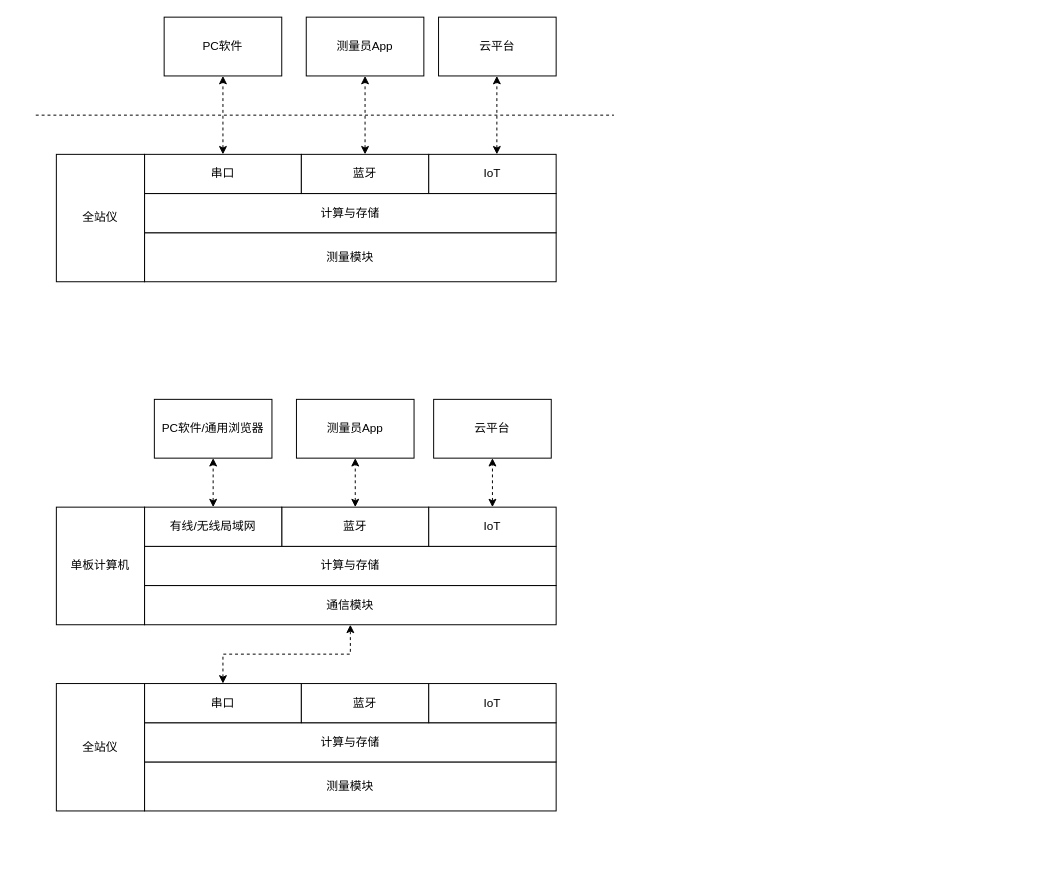
Earlier version of the draw.io diagram graphs/distance_measure.drawio (zhugy08/drawio). Source tidied: cells renumbered, new cells numbered last; positions are measured from the earlier drawing's top-left corner, leaving out a move shared by most shapes. Both pictures are drawn from the tidied source at 98%, with x=0, y=0 at pixel (35, 17).
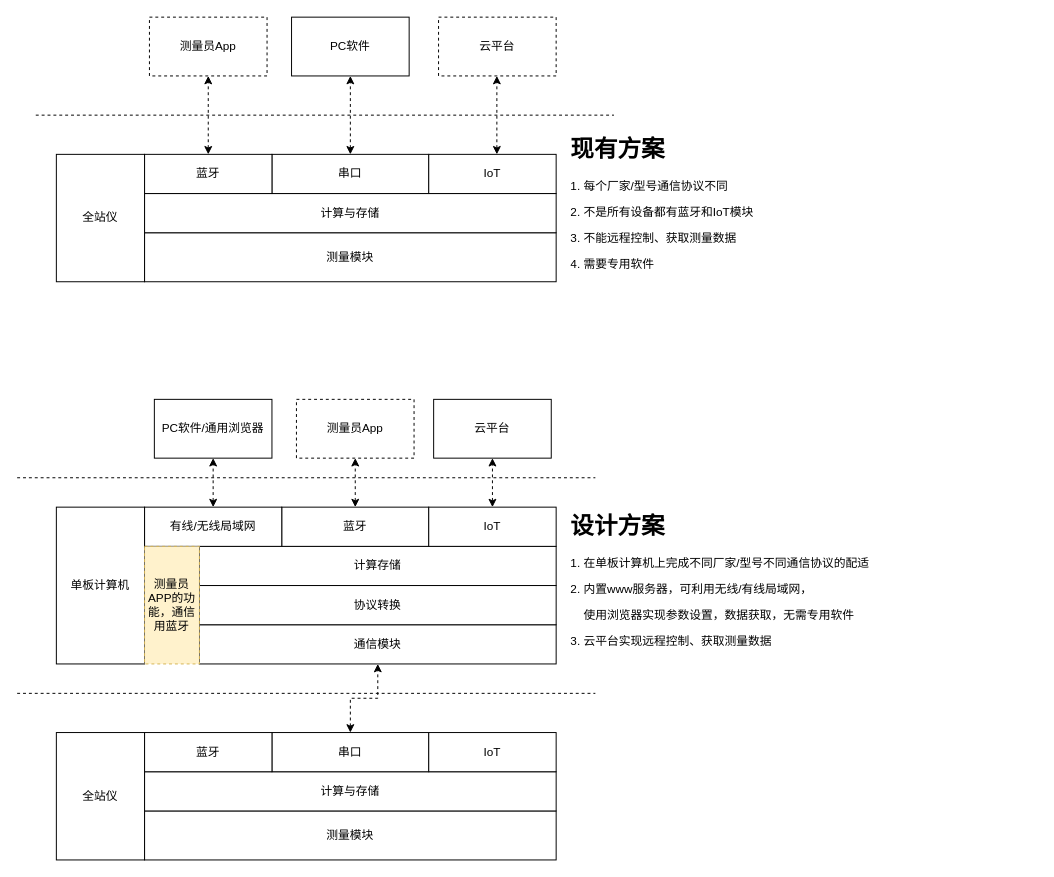
After the change.

Diff of the diagram source:
```diff
@@
     <mxCell id="4" value="&lt;div&gt;串口&lt;/div&gt;" style="rounded=0;whiteSpace=wrap;html=1;" parent="1" vertex="1">
-      <mxGeometry x="111" y="140" width="160" height="40" as="geometry" />
+      <mxGeometry x="241" y="140" width="160" height="40" as="geometry" />
     </mxCell>
     <mxCell id="5" value="蓝牙" style="rounded=0;whiteSpace=wrap;html=1;" parent="1" vertex="1">
-      <mxGeometry x="271" y="140" width="130" height="40" as="geometry" />
+      <mxGeometry x="111" y="140" width="130" height="40" as="geometry" />
     </mxCell>
@@
-    <mxCell id="7" value="&lt;div&gt;测量员App&lt;/div&gt;" style="rounded=0;whiteSpace=wrap;html=1;" parent="1" vertex="1">
-      <mxGeometry x="276" width="120" height="60" as="geometry" />
+    <mxCell id="7" value="&lt;div&gt;测量员App&lt;/div&gt;" style="rounded=0;whiteSpace=wrap;html=1;dashed=1;" parent="1" vertex="1">
+      <mxGeometry x="116" width="120" height="60" as="geometry" />
     </mxCell>
     <mxCell id="8" value="PC软件" style="rounded=0;whiteSpace=wrap;html=1;" parent="1" vertex="1">
-      <mxGeometry x="131" width="120" height="60" as="geometry" />
+      <mxGeometry x="261" width="120" height="60" as="geometry" />
     </mxCell>
@@
-    <mxCell id="13" value="云平台" style="rounded=0;whiteSpace=wrap;html=1;" parent="1" vertex="1">
+    <mxCell id="13" value="云平台" style="rounded=0;whiteSpace=wrap;html=1;dashed=1;" parent="1" vertex="1">
       <mxGeometry x="411" width="120" height="60" as="geometry" />
     </mxCell>
@@
     <mxCell id="15" value="测量模块" style="rounded=0;whiteSpace=wrap;html=1;" parent="1" vertex="1">
-      <mxGeometry x="111" y="760" width="420" height="50" as="geometry" />
+      <mxGeometry x="111" y="810" width="420" height="50" as="geometry" />
     </mxCell>
     <mxCell id="16" value="计算与存储" style="rounded=0;whiteSpace=wrap;html=1;" parent="1" vertex="1">
-      <mxGeometry x="111" y="720" width="420" height="40" as="geometry" />
+      <mxGeometry x="111" y="770" width="420" height="40" as="geometry" />
     </mxCell>
@@
     <mxCell id="18" value="&lt;div&gt;串口&lt;/div&gt;" style="rounded=0;whiteSpace=wrap;html=1;" parent="1" vertex="1">
-      <mxGeometry x="111" y="680" width="160" height="40" as="geometry" />
+      <mxGeometry x="241" y="730" width="160" height="40" as="geometry" />
     </mxCell>
     <mxCell id="19" value="蓝牙" style="rounded=0;whiteSpace=wrap;html=1;" parent="1" vertex="1">
-      <mxGeometry x="271" y="680" width="130" height="40" as="geometry" />
+      <mxGeometry x="111" y="730" width="130" height="40" as="geometry" />
     </mxCell>
     <mxCell id="20" value="全站仪" style="rounded=0;whiteSpace=wrap;html=1;" parent="1" vertex="1">
-      <mxGeometry x="21" y="680" width="90" height="130" as="geometry" />
+      <mxGeometry x="21" y="730" width="90" height="130" as="geometry" />
     </mxCell>
     <mxCell id="21" value="IoT" style="rounded=0;whiteSpace=wrap;html=1;" parent="1" vertex="1">
-      <mxGeometry x="401" y="680" width="130" height="40" as="geometry" />
+      <mxGeometry x="401" y="730" width="130" height="40" as="geometry" />
     </mxCell>
     <mxCell id="22" value="通信模块" style="rounded=0;whiteSpace=wrap;html=1;" parent="1" vertex="1">
-      <mxGeometry x="111" y="580" width="420" height="40" as="geometry" />
+      <mxGeometry x="167" y="620" width="364" height="40" as="geometry" />
     </mxCell>
-    <mxCell id="23" value="计算与存储" style="rounded=0;whiteSpace=wrap;html=1;" parent="1" vertex="1">
-      <mxGeometry x="111" y="540" width="420" height="40" as="geometry" />
+    <mxCell id="23" value="计算存储" style="rounded=0;whiteSpace=wrap;html=1;" parent="1" vertex="1">
+      <mxGeometry x="167" y="540" width="364" height="40" as="geometry" />
     </mxCell>
@@
     <mxCell id="30" value="单板计算机" style="rounded=0;whiteSpace=wrap;html=1;" parent="1" vertex="1">
-      <mxGeometry x="21" y="500" width="90" height="120" as="geometry" />
+      <mxGeometry x="21" y="500" width="90" height="160" as="geometry" />
     </mxCell>
-    <mxCell id="31" value="&lt;div&gt;测量员App&lt;/div&gt;" style="rounded=0;whiteSpace=wrap;html=1;" parent="1" vertex="1">
+    <mxCell id="31" value="&lt;div&gt;测量员App&lt;/div&gt;" style="rounded=0;whiteSpace=wrap;html=1;dashed=1;" parent="1" vertex="1">
       <mxGeometry x="266" y="390" width="120" height="60" as="geometry" />
     </mxCell>
@@
+    <mxCell id="34" value="&lt;h1&gt;现有方案&lt;br&gt;&lt;/h1&gt;&lt;p&gt;1. 每个厂家/型号通信协议不同&lt;/p&gt;&lt;p&gt;2. 不是所有设备都有蓝牙和IoT模块&lt;/p&gt;&lt;p&gt;3. 不能远程控制、获取测量数据&lt;/p&gt;&lt;p&gt;4. 需要专用软件&lt;br&gt;&lt;/p&gt;" style="text;html=1;strokeColor=none;fillColor=none;spacing=5;spacingTop=-20;whiteSpace=wrap;overflow=hidden;rounded=0;" parent="1" vertex="1">
+      <mxGeometry x="541" y="115" width="240" height="155" as="geometry" />
+    </mxCell>
+    <mxCell id="35" value="&lt;h1&gt;设计方案&lt;br&gt;&lt;/h1&gt;&lt;p&gt;1. 在单板计算机上完成不同厂家/型号不同通信协议的配适&lt;/p&gt;&lt;p&gt;2. 内置www服务器，可利用无线/有线局域网，&lt;/p&gt;&lt;p&gt;&amp;nbsp;&amp;nbsp;&amp;nbsp; 使用浏览器实现参数设置，数据获取，无需专用软件&lt;br&gt;&lt;/p&gt;&lt;p&gt;3. 云平台实现远程控制、获取测量数据&lt;br&gt;&lt;/p&gt;" style="text;html=1;strokeColor=none;fillColor=none;spacing=5;spacingTop=-20;whiteSpace=wrap;overflow=hidden;rounded=0;" parent="1" vertex="1">
+      <mxGeometry x="541" y="500" width="480" height="200" as="geometry" />
+    </mxCell>
+    <mxCell id="36" value="协议转换" style="rounded=0;whiteSpace=wrap;html=1;" parent="1" vertex="1">
+      <mxGeometry x="167" y="580" width="364" height="40" as="geometry" />
+    </mxCell>
+    <mxCell id="37" style="endArrow=none;html=1;dashed=1;" parent="1" edge="1">
+      <mxGeometry relative="1" as="geometry">
+        <mxPoint x="-19" y="470" as="sourcePoint" />
+        <mxPoint x="571" y="470" as="targetPoint" />
+      </mxGeometry>
+    </mxCell>
+    <mxCell id="38" style="endArrow=none;html=1;dashed=1;" parent="1" edge="1">
+      <mxGeometry relative="1" as="geometry">
+        <mxPoint x="-19" y="690" as="sourcePoint" />
+        <mxPoint x="571" y="690" as="targetPoint" />
+      </mxGeometry>
+    </mxCell>
+    <mxCell id="39" value="测量员APP的功能，通信用蓝牙" style="rounded=0;whiteSpace=wrap;html=1;dashed=1;fillColor=#fff2cc;strokeColor=#d6b656;" parent="1" vertex="1">
+      <mxGeometry x="111" y="540" width="56" height="120" as="geometry" />
+    </mxCell>
```
